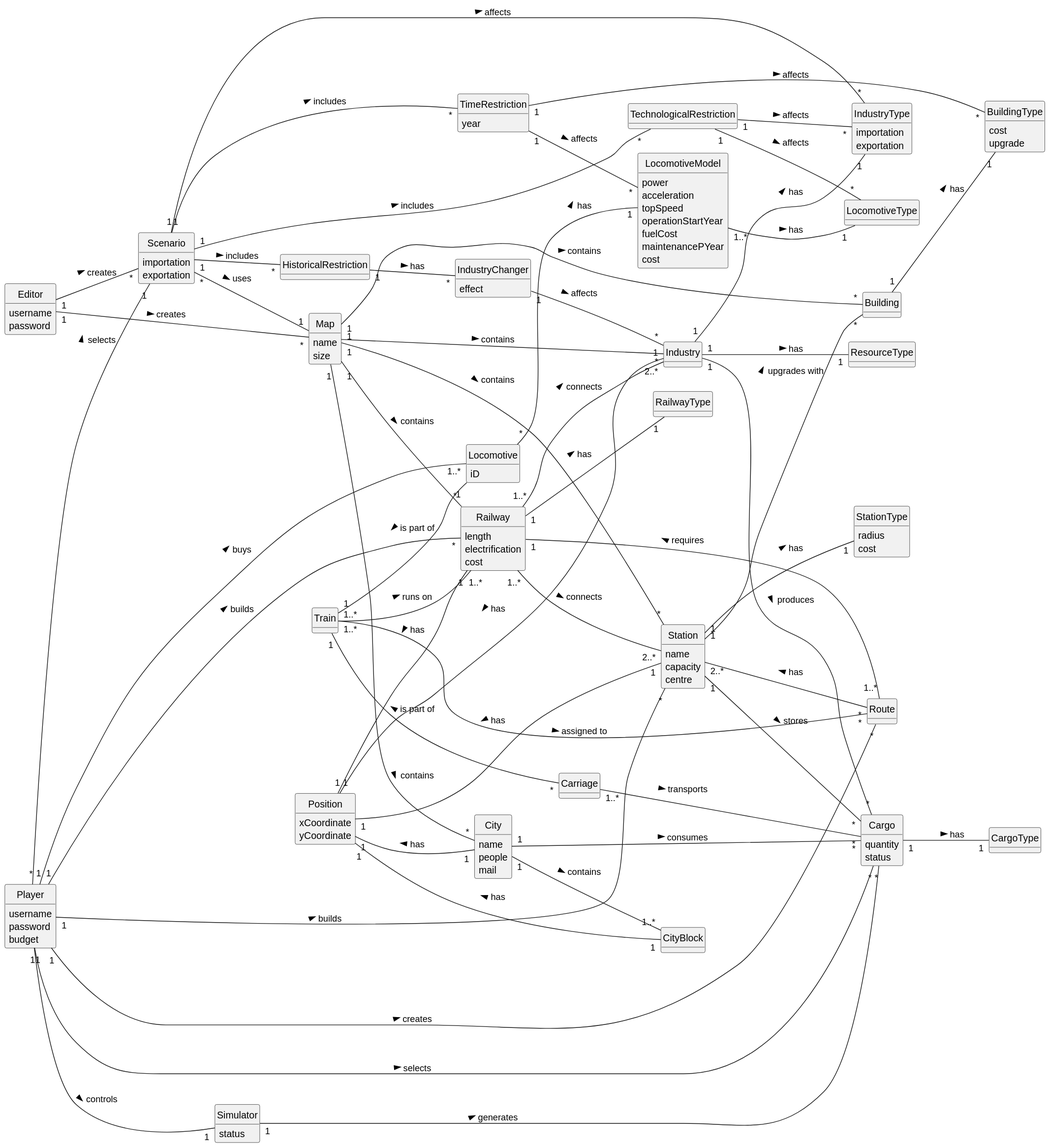
Above: Sprint2/global-artifacts/02.analysis/svg/DM.svg in 1240935/pi2-railway-simulator (PlantUML), before the change.
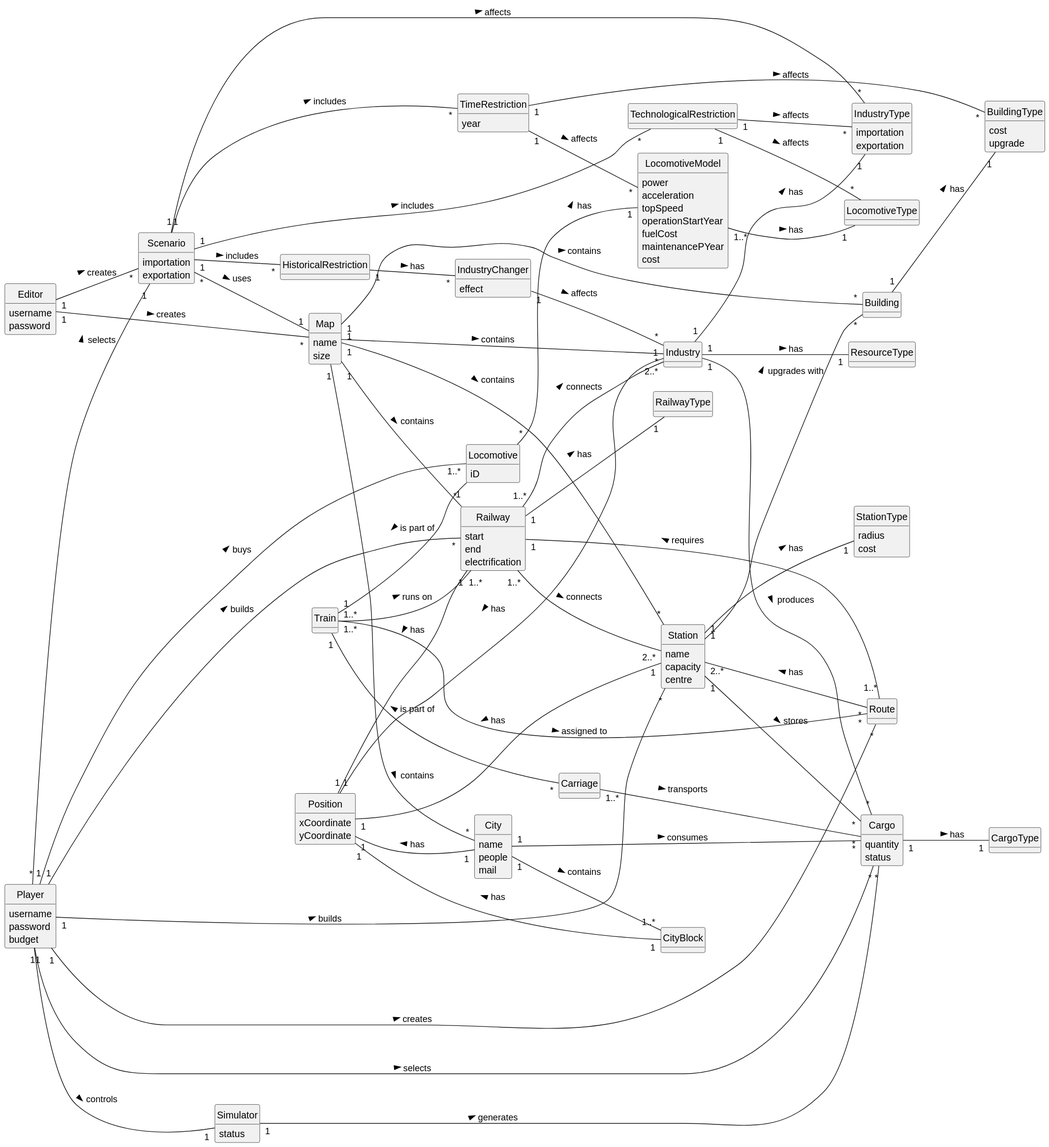
The same diagram one commit later.

The edit, as a diff of the source:
```diff
@@ -74,9 +74,9 @@
 }
 
 class Railway{
-    length
+    start
+    end
     electrification
-    cost
 }
 
 class RailwayType{
```
